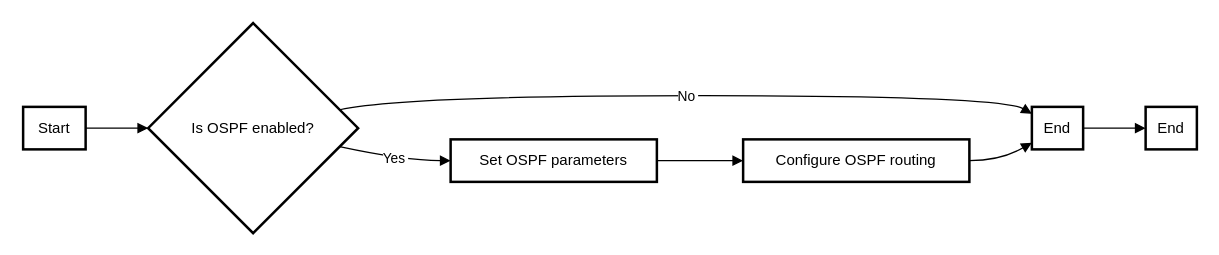
Nalla-Sireesh/FirstClassRepository keeps this draw.io diagram as OSPF.drawio. Above is the earlier version. Source tidied: cells renumbered, new cells numbered last; positions are measured from the earlier drawing's top-left corner, leaving out a move shared by most shapes. Both pictures are drawn from the tidied source at 125%, with x=0, y=0 at pixel (22, 22).
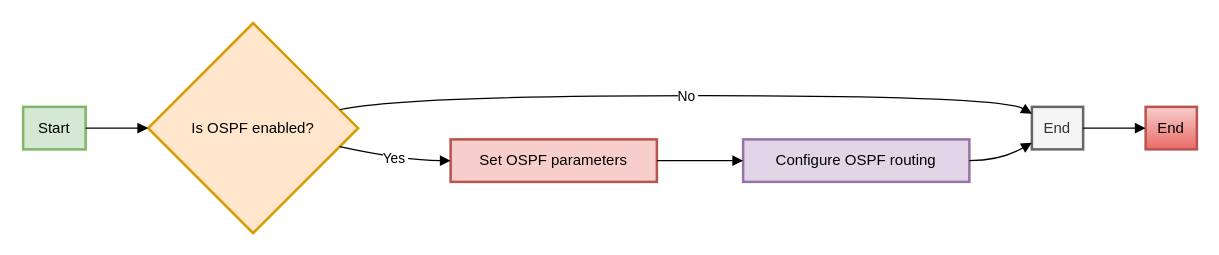
Above is the later version.

What changed in the source:
```diff
@@
-<mxGraphModel>
+<mxGraphModel background="#ffffff">
   <root>
     <mxCell id="0" />
     <mxCell id="1" parent="0" />
-    <mxCell id="2" value="Start" style="whiteSpace=wrap;strokeWidth=2;" parent="1" vertex="1">
+    <mxCell id="2" value="Start" style="whiteSpace=wrap;strokeWidth=2;fillColor=#d5e8d4;strokeColor=#82b366;" parent="1" vertex="1">
       <mxGeometry y="67" width="50" height="34" as="geometry" />
     </mxCell>
-    <mxCell id="3" value="Is OSPF enabled?" style="rhombus;strokeWidth=2;whiteSpace=wrap;" parent="1" vertex="1">
+    <mxCell id="3" value="Is OSPF enabled?" style="rhombus;strokeWidth=2;whiteSpace=wrap;fillColor=#ffe6cc;strokeColor=#d79b00;" parent="1" vertex="1">
       <mxGeometry x="100" width="168" height="168" as="geometry" />
     </mxCell>
-    <mxCell id="4" value="Set OSPF parameters" style="whiteSpace=wrap;strokeWidth=2;" parent="1" vertex="1">
+    <mxCell id="4" value="Set OSPF parameters" style="whiteSpace=wrap;strokeWidth=2;fillColor=#f8cecc;strokeColor=#b85450;" parent="1" vertex="1">
       <mxGeometry x="342" y="93" width="165" height="34" as="geometry" />
     </mxCell>
-    <mxCell id="5" value="End" style="whiteSpace=wrap;strokeWidth=2;" parent="1" vertex="1">
+    <mxCell id="5" value="End" style="whiteSpace=wrap;strokeWidth=2;fillColor=#f5f5f5;strokeColor=#666666;fontColor=#333333;" parent="1" vertex="1">
       <mxGeometry x="807" y="67" width="41" height="34" as="geometry" />
     </mxCell>
-    <mxCell id="6" value="Configure OSPF routing" style="whiteSpace=wrap;strokeWidth=2;" parent="1" vertex="1">
+    <mxCell id="6" value="Configure OSPF routing" style="whiteSpace=wrap;strokeWidth=2;fillColor=#e1d5e7;strokeColor=#9673a6;" parent="1" vertex="1">
       <mxGeometry x="576" y="93" width="181" height="34" as="geometry" />
     </mxCell>
-    <mxCell id="7" value="End" style="whiteSpace=wrap;strokeWidth=2;" parent="1" vertex="1">
+    <mxCell id="7" value="End" style="whiteSpace=wrap;strokeWidth=2;fillColor=#f8cecc;strokeColor=#b85450;gradientColor=#ea6b66;" parent="1" vertex="1">
       <mxGeometry x="898" y="67" width="41" height="34" as="geometry" />
     </mxCell>
-    <mxCell id="8" style="curved=1;startArrow=none;endArrow=block;exitX=1.0066146087646484;exitY=0.5026808346019072;entryX=0;entryY=0.5;entryDx=0;entryDy=0;" parent="1" edge="1" source="2" target="3">
+    <mxCell id="8" style="curved=1;startArrow=none;endArrow=block;exitX=1.0066146087646484;exitY=0.5026808346019072;entryX=0;entryY=0.5;entryDx=0;entryDy=0;flowAnimation=1;" parent="1" edge="1" source="2" target="3">
       <mxGeometry relative="1" as="geometry" />
     </mxCell>
-    <mxCell id="9" value="Yes" style="curved=1;startArrow=none;endArrow=block;exitX=1.0030537332807268;exitY=0.6078910413556996;entryX=0.00011052218350497159;entryY=0.5002298635594985;" parent="1" edge="1" source="3" target="4">
+    <mxCell id="9" value="Yes" style="curved=1;startArrow=none;endArrow=block;exitX=1.0030537332807268;exitY=0.6078910413556996;entryX=0.00011052218350497159;entryY=0.5002298635594985;flowAnimation=1;" parent="1" edge="1" source="3" target="4">
       <mxGeometry relative="1" as="geometry">
         <Array as="points">
           <mxPoint x="305" y="110" />
         </Array>
       </mxGeometry>
     </mxCell>
-    <mxCell id="10" value="No" style="curved=1;startArrow=none;endArrow=block;exitX=1.0030537332807268;exitY=0.3931940583641199;entryX=-0.005652497454387386;entryY=0.15819522259410654;" parent="1" edge="1" source="3" target="5">
+    <mxCell id="10" value="No" style="curved=1;startArrow=none;endArrow=block;exitX=1.0030537332807268;exitY=0.3931940583641199;entryX=-0.005652497454387386;entryY=0.15819522259410654;flowAnimation=1;" parent="1" edge="1" source="3" target="5">
       <mxGeometry relative="1" as="geometry">
         <Array as="points">
           <mxPoint x="305" y="58" />
           <mxPoint x="782" y="58" />
         </Array>
       </mxGeometry>
     </mxCell>
-    <mxCell id="11" style="curved=1;startArrow=none;endArrow=block;exitX=1.000789214625503;exitY=0.5002298635594985;entryX=0.00004323674828966678;entryY=0.5002298635594985;" parent="1" edge="1" source="4" target="6">
+    <mxCell id="11" style="curved=1;startArrow=none;endArrow=block;exitX=1.000789214625503;exitY=0.5002298635594985;entryX=0.00004323674828966678;entryY=0.5002298635594985;flowAnimation=1;" parent="1" edge="1" source="4" target="6">
       <mxGeometry relative="1" as="geometry" />
     </mxCell>
-    <mxCell id="12" style="curved=1;startArrow=none;endArrow=block;exitX=0.9987196000241443;exitY=0.5002298635594985;entryX=-0.005652497454387386;entryY=0.8471664466097079;" parent="1" edge="1" source="6" target="5">
+    <mxCell id="12" style="curved=1;startArrow=none;endArrow=block;exitX=0.9987196000241443;exitY=0.5002298635594985;entryX=-0.005652497454387386;entryY=0.8471664466097079;flowAnimation=1;" parent="1" edge="1" source="6" target="5">
       <mxGeometry relative="1" as="geometry">
         <Array as="points">
           <mxPoint x="782" y="110" />
         </Array>
       </mxGeometry>
     </mxCell>
-    <mxCell id="13" style="curved=1;startArrow=none;endArrow=block;exitX=0.9999369644537205;exitY=0.5026808346019072;entryX=-0.00006303554627953506;entryY=0.5026808346019072;" parent="1" edge="1" source="5" target="7">
+    <mxCell id="13" style="curved=1;startArrow=none;endArrow=block;exitX=0.9999369644537205;exitY=0.5026808346019072;entryX=-0.00006303554627953506;entryY=0.5026808346019072;flowAnimation=1;" parent="1" edge="1" source="5" target="7">
       <mxGeometry relative="1" as="geometry" />
     </mxCell>
   </root>
 </mxGraphModel>
```
